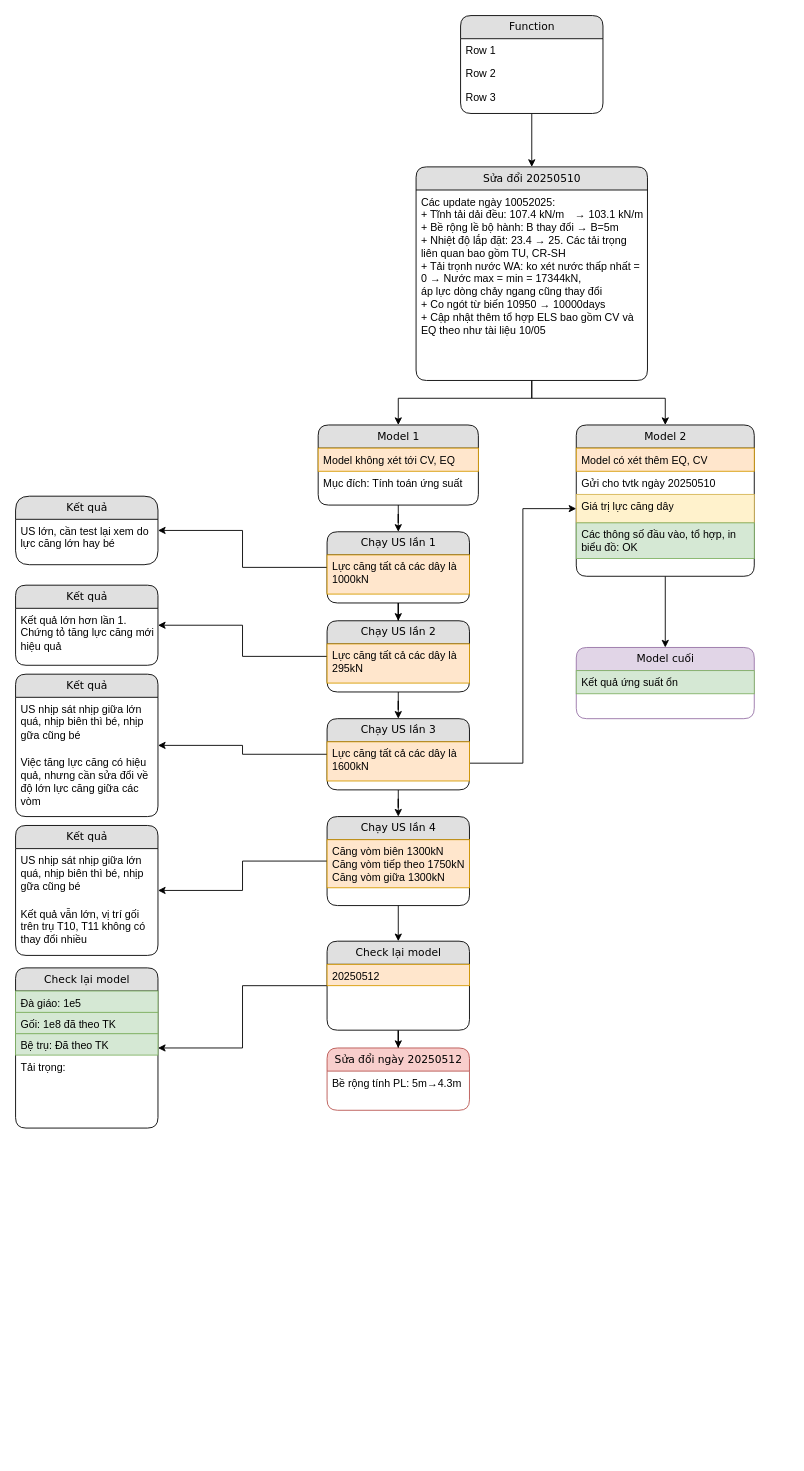
Earlier version of the draw.io diagram An Dong Br/Process.drawio (nnh92/Home-Works). Source tidied: cells renumbered, new cells numbered last; positions are measured from the earlier drawing's top-left corner, leaving out a move shared by most shapes. Both pictures are drawn from the tidied source at 89%, with x=0, y=0 at pixel (15, 15).
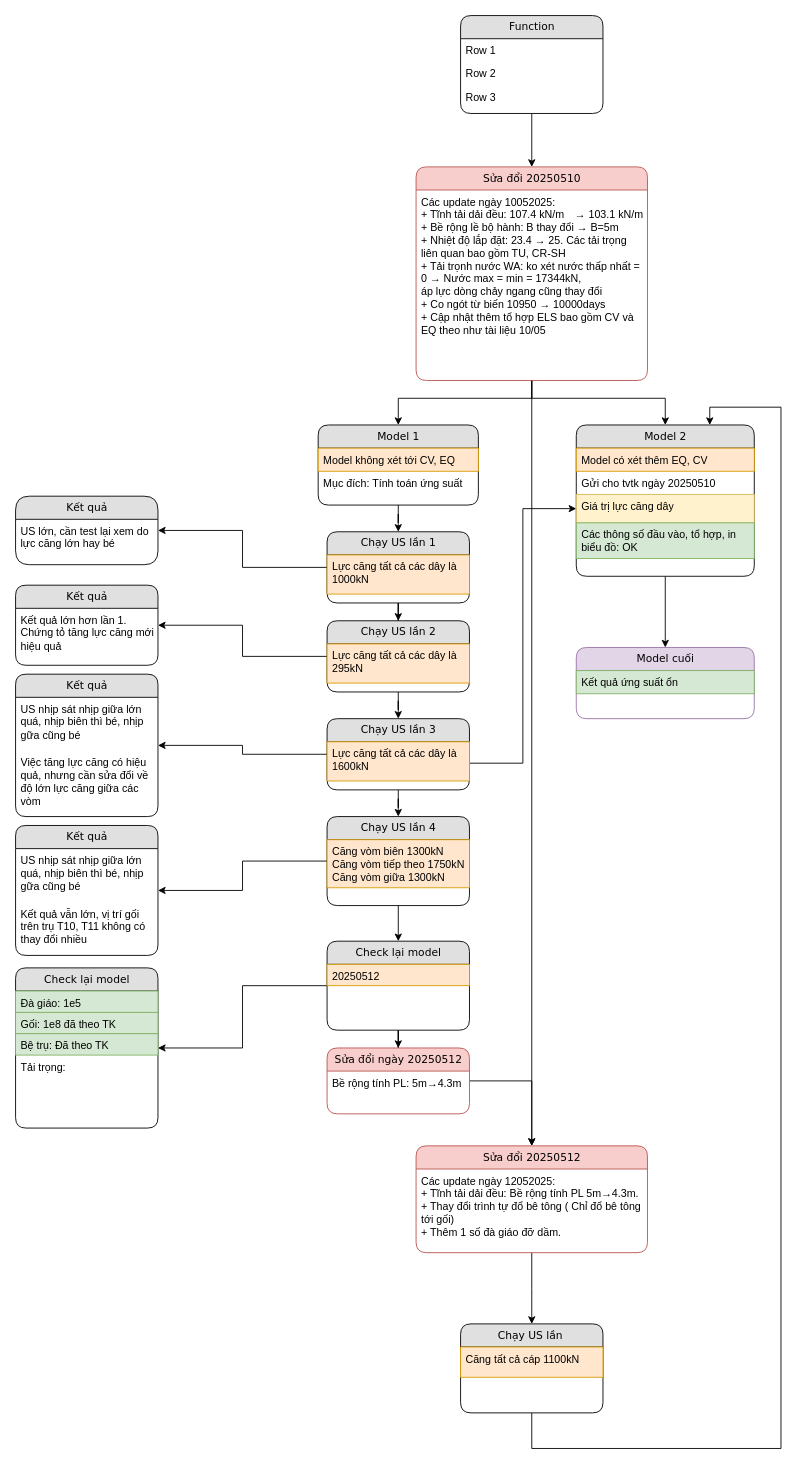
The same page after the edit.

Commit message:
Cập nhật Process.drawio

The change refers to these unchanged cells:
```xml
<mxCell id="33" value="Model 2" style="swimlane;html=1;fontStyle=0;horizontal=1;startSize=26;fillColor=#e0e0e0;swimlaneFillColor=#ffffff;align=center;rounded=1;shadow=0;comic=0;labelBackgroundColor=none;strokeWidth=1;fontFamily=Verdana;fontSize=12;" parent="1" vertex="1">
  <mxGeometry x="630" y="460" width="200" height="170" as="geometry" />
</mxCell>
```

Diff of the diagram source:
```diff
@@
+    <mxCell id="61" style="edgeStyle=orthogonalEdgeStyle;rounded=0;jettySize=auto;html=1;" parent="1" edge="1" source="29" target="64">
+      <mxGeometry relative="1" as="geometry" />
+    </mxCell>
-    <mxCell id="29" value="Sửa đổi 20250510" style="swimlane;html=1;fontStyle=0;horizontal=1;startSize=26;fillColor=#e0e0e0;swimlaneFillColor=#ffffff;align=center;rounded=1;shadow=0;comic=0;labelBackgroundColor=none;strokeWidth=1;fontFamily=Verdana;fontSize=12;" parent="1" vertex="1">
+    <mxCell id="29" value="Sửa đổi 20250510" style="swimlane;html=1;fontStyle=0;horizontal=1;startSize=26;fillColor=#f8cecc;swimlaneFillColor=#ffffff;align=center;rounded=1;shadow=0;comic=0;labelBackgroundColor=none;strokeWidth=1;fontFamily=Verdana;fontSize=12;strokeColor=#b85450;" parent="1" vertex="1">
       <mxGeometry x="450" y="170" width="260" height="240" as="geometry" />
     </mxCell>
@@
+    <mxCell id="62" style="edgeStyle=orthogonalEdgeStyle;rounded=0;jettySize=auto;html=1;entryX=0.5;entryY=0;entryDx=0;entryDy=0;" parent="1" edge="1" source="59" target="64">
+      <mxGeometry relative="1" as="geometry">
+        <Array as="points">
+          <mxPoint x="580" y="1197" />
+        </Array>
+      </mxGeometry>
+    </mxCell>
     <mxCell id="59" value="Sửa đổi ngày 20250512" style="swimlane;html=1;fontStyle=0;horizontal=1;startSize=26;fillColor=#f8cecc;swimlaneFillColor=#ffffff;align=center;rounded=1;shadow=0;comic=0;labelBackgroundColor=none;strokeWidth=1;fontFamily=Verdana;fontSize=12;strokeColor=#b85450;" parent="1" vertex="1">
-      <mxGeometry x="350" y="1160" width="160" height="70" as="geometry" />
+      <mxGeometry x="350" y="1160" width="160" height="74" as="geometry" />
     </mxCell>
@@
+    <mxCell id="63" style="edgeStyle=orthogonalEdgeStyle;rounded=0;jettySize=auto;html=1;" parent="1" edge="1" source="64">
+      <mxGeometry relative="1" as="geometry">
+        <mxPoint x="580" y="1470" as="targetPoint" />
+      </mxGeometry>
+    </mxCell>
+    <mxCell id="64" value="Sửa đổi 20250512" style="swimlane;html=1;fontStyle=0;horizontal=1;startSize=26;fillColor=#f8cecc;swimlaneFillColor=#ffffff;align=center;rounded=1;shadow=0;comic=0;labelBackgroundColor=none;strokeWidth=1;fontFamily=Verdana;fontSize=12;strokeColor=#b85450;" parent="1" vertex="1">
+      <mxGeometry x="450" y="1270" width="260" height="120" as="geometry" />
+    </mxCell>
+    <mxCell id="65" value="&lt;div&gt;Các update ngày 12052025:&lt;/div&gt;&lt;div&gt;+ Tĩnh tải dải đều: Bề rộng tính PL 5m→4.3m.&lt;/div&gt;&lt;div&gt;+ Thay đổi trình tự đổ bê tông ( Chỉ đổ bê tông tới gối)&lt;/div&gt;&lt;div&gt;+ Thêm 1 số đà giáo đỡ dầm.&lt;/div&gt;" style="text;html=1;strokeColor=none;fillColor=none;spacingLeft=4;spacingRight=4;whiteSpace=wrap;overflow=hidden;" parent="64" vertex="1">
+      <mxGeometry y="26" width="260" height="94" as="geometry" />
+    </mxCell>
+    <mxCell id="66" style="edgeStyle=orthogonalEdgeStyle;rounded=0;jettySize=auto;html=1;entryX=0.75;entryY=0;entryDx=0;entryDy=0;" parent="1" edge="1" source="67" target="33">
+      <mxGeometry relative="1" as="geometry">
+        <Array as="points">
+          <mxPoint x="580" y="1610" />
+          <mxPoint x="860" y="1610" />
+          <mxPoint x="860" y="440" />
+          <mxPoint x="780" y="440" />
+        </Array>
+      </mxGeometry>
+    </mxCell>
+    <mxCell id="67" value="Chạy US lần&amp;nbsp;" style="swimlane;html=1;fontStyle=0;horizontal=1;startSize=26;fillColor=#e0e0e0;swimlaneFillColor=#ffffff;align=center;rounded=1;shadow=0;comic=0;labelBackgroundColor=none;strokeWidth=1;fontFamily=Verdana;fontSize=12;" parent="1" vertex="1">
+      <mxGeometry x="500" y="1470" width="160" height="100" as="geometry" />
+    </mxCell>
+    <mxCell id="68" value="Căng tất cả cáp 1100kN" style="text;html=1;strokeColor=#d79b00;fillColor=#ffe6cc;spacingLeft=4;spacingRight=4;whiteSpace=wrap;overflow=hidden;" parent="67" vertex="1">
+      <mxGeometry y="26" width="160" height="34" as="geometry" />
+    </mxCell>
```
